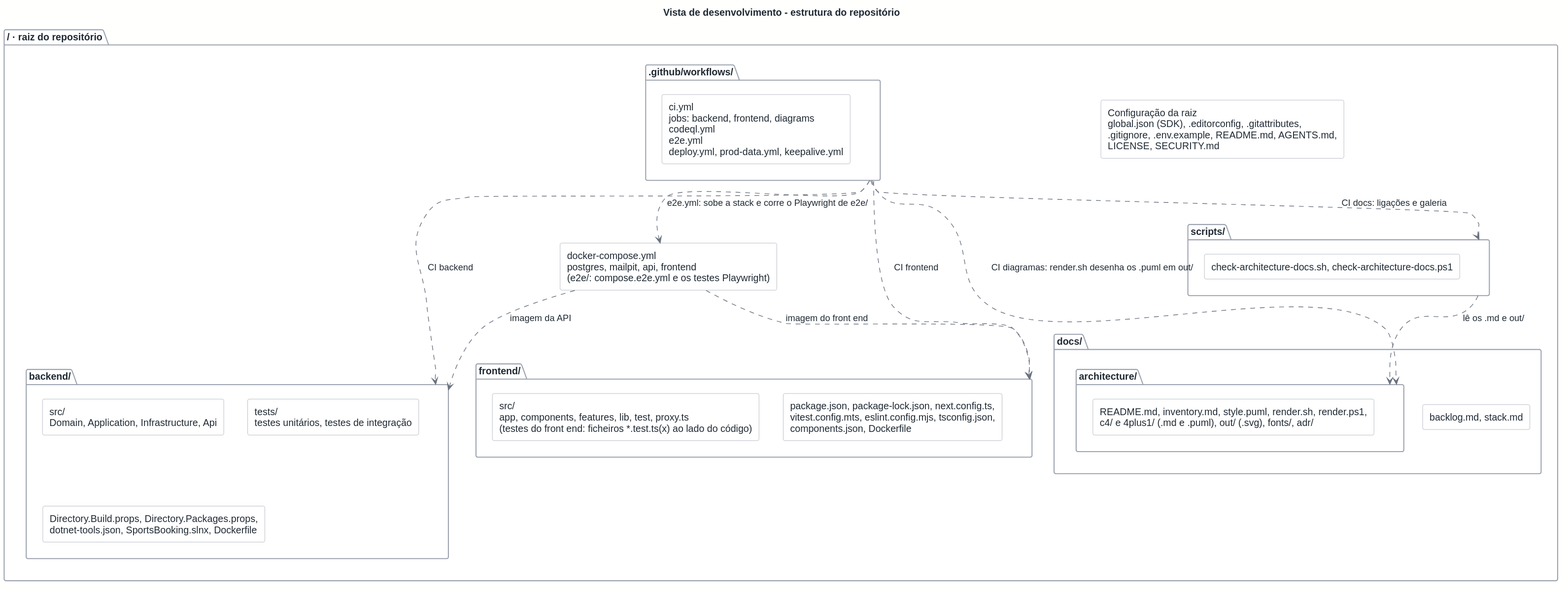
Above: docs/architecture/out/development-repo.svg in rodrigo4sousa/SportsEstablishments (PlantUML), before the change.
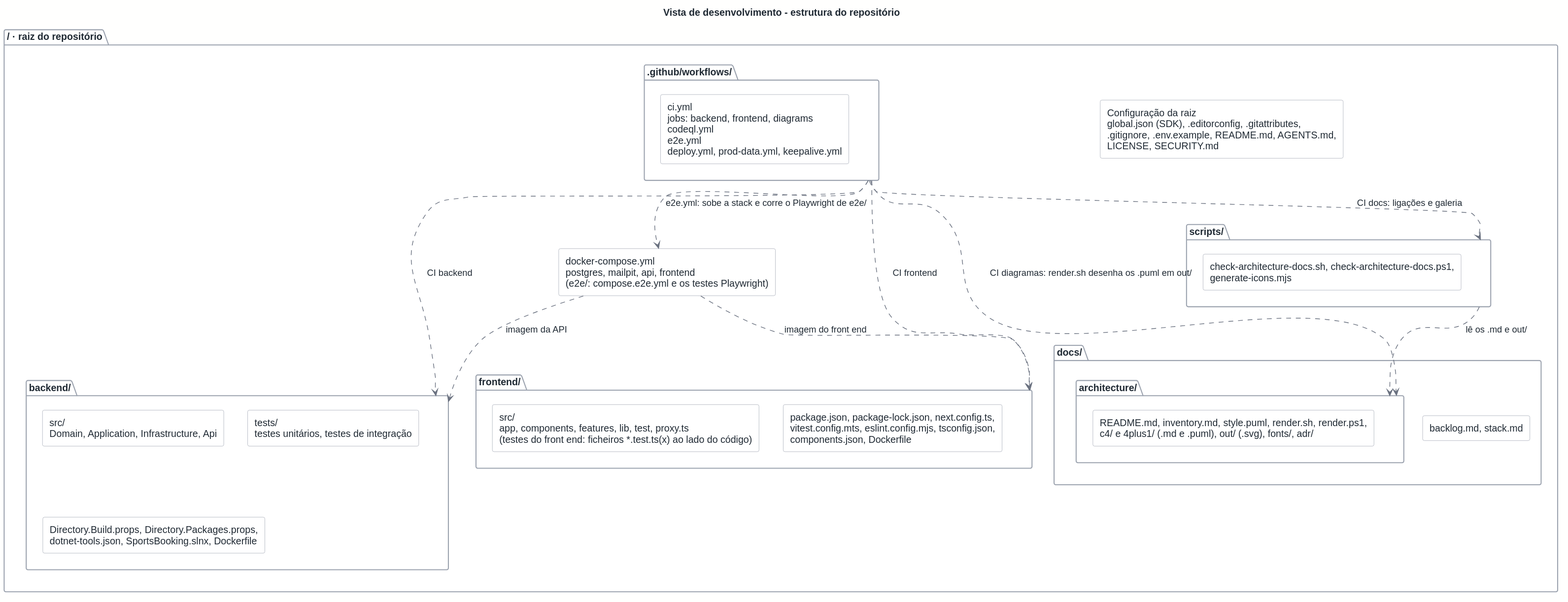
After the change.

The edit, as a diff of the source:
```diff
@@ -27,7 +27,7 @@
   }
 
   folder "scripts/" as DEV_SCRIPTS {
-    rectangle "check-architecture-docs.sh, check-architecture-docs.ps1" as S_SRC
+    rectangle "check-architecture-docs.sh, check-architecture-docs.ps1,\ngenerate-icons.mjs" as S_SRC
   }
 
   folder ".github/workflows/" as DEV_WORKFLOWS {
```
